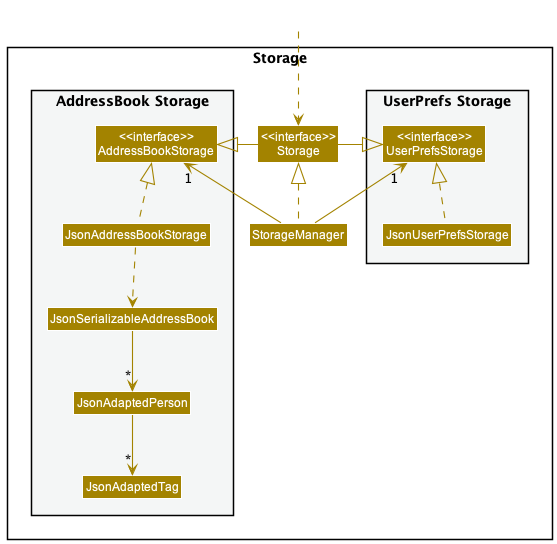
Earlier version of the PlantUML export docs/images/StorageClassDiagram.png (nus-cs2103-AY2223S1/tp).
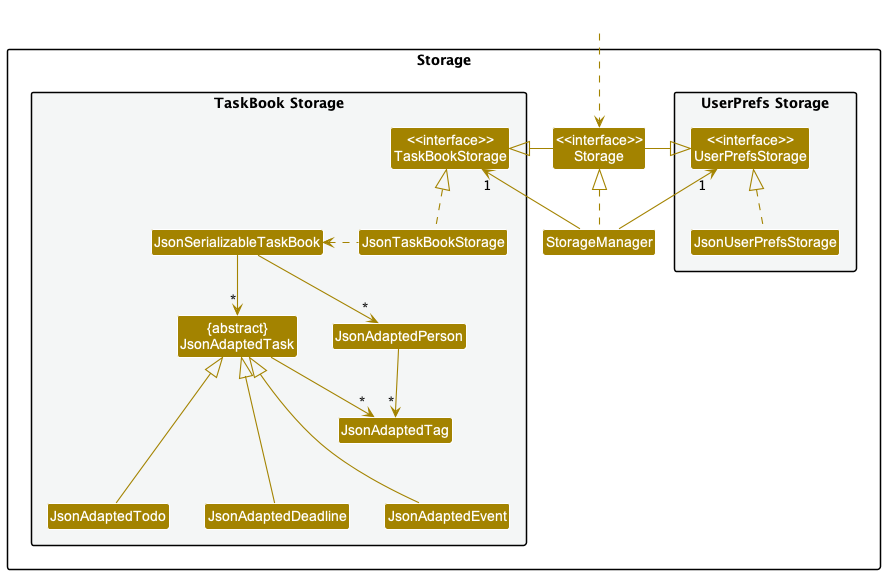
Later version of the same file.

Commit message:
Update DG .puml diagrams + Grammatical errors

The edit, as a diff of the source:
```diff
@@ -14,12 +14,16 @@
 Class "<<interface>>\nStorage" as Storage
 Class StorageManager
 
-package "AddressBook Storage" #F4F6F6{
-Class "<<interface>>\nAddressBookStorage" as AddressBookStorage
-Class JsonAddressBookStorage
-Class JsonSerializableAddressBook
+package "TaskBook Storage" #F4F6F6{
+Class "<<interface>>\nTaskBookStorage" as TaskBookStorage
+Class JsonTaskBookStorage
+Class JsonSerializableTaskBook
 Class JsonAdaptedPerson
 Class JsonAdaptedTag
+Class "   {abstract}   \nJsonAdaptedTask" as JsonAdaptedTask
+Class JsonAdaptedTodo
+Class JsonAdaptedDeadline
+Class JsonAdaptedEvent
 }
 
 }
@@ -29,15 +33,20 @@
 
 StorageManager .up.|> Storage
 StorageManager -up-> "1" UserPrefsStorage
-StorageManager -up-> "1" AddressBookStorage
+StorageManager -up-> "1" TaskBookStorage
 
 Storage -left-|> UserPrefsStorage
-Storage -right-|> AddressBookStorage
+Storage -right-|> TaskBookStorage
 
 JsonUserPrefsStorage .up.|> UserPrefsStorage
-JsonAddressBookStorage .up.|> AddressBookStorage
-JsonAddressBookStorage ..> JsonSerializableAddressBook
-JsonSerializableAddressBook --> "*" JsonAdaptedPerson
+JsonTaskBookStorage .up.|> TaskBookStorage
+JsonTaskBookStorage .left.> JsonSerializableTaskBook
+JsonSerializableTaskBook -down-> "*" JsonAdaptedPerson
+JsonSerializableTaskBook -down-> "*" JsonAdaptedTask
 JsonAdaptedPerson --> "*" JsonAdaptedTag
+JsonAdaptedTask --> "*" JsonAdaptedTag
+JsonAdaptedTodo -up--|> JsonAdaptedTask
+JsonAdaptedDeadline -up--|> JsonAdaptedTask
+JsonAdaptedEvent -up--|> JsonAdaptedTask
 
 @enduml
```
